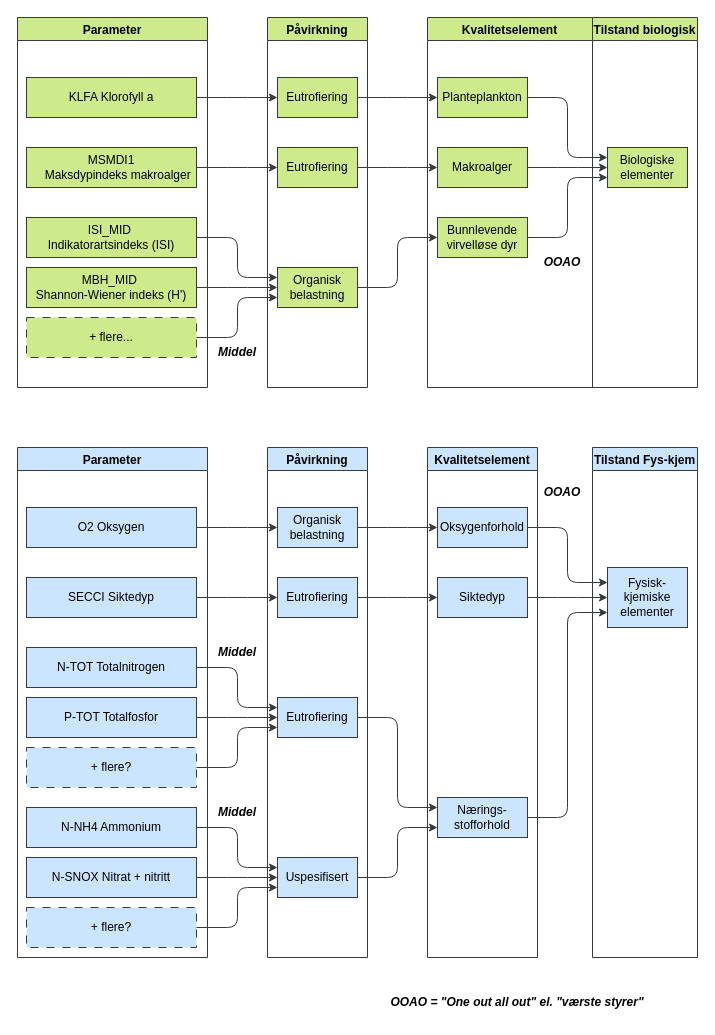
The draw.io diagram martini.drawio in ciaran-dk/flowchart, before the edit. Source tidied: cells renumbered, new cells numbered last; positions are measured from the earlier drawing's top-left corner, leaving out a move shared by most shapes. Both pictures are drawn from the tidied source at 100%, with x=0, y=0 at pixel (17, 17).
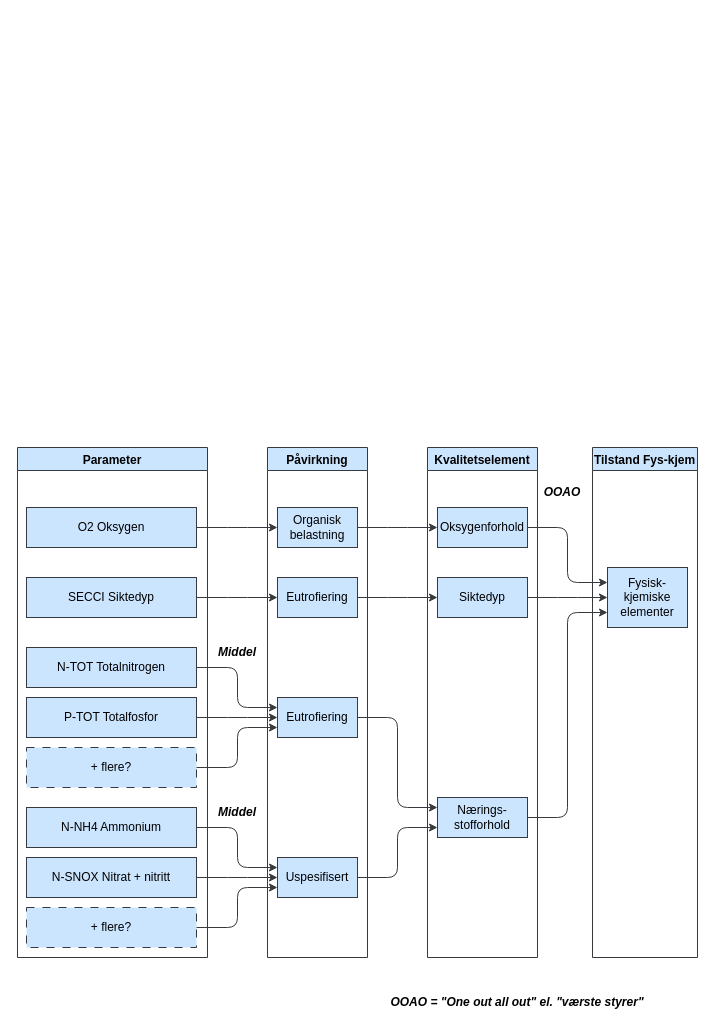
Above is the later version.

The edit, as a diff of the source:
```diff
@@
-    <mxCell id="2" value="Planteplankton" style="whiteSpace=wrap;html=1;labelBackgroundColor=none;fillColor=#cdeb8b;strokeColor=#36393d;fontColor=#000000;" parent="1" vertex="1">
-      <mxGeometry x="420" y="60" width="90" height="40" as="geometry" />
-    </mxCell>
-    <mxCell id="3" style="edgeStyle=elbowEdgeStyle;elbow=horizontal;html=1;rounded=1;curved=0;sourcePerimeterSpacing=0;targetPerimeterSpacing=0;startSize=6;endSize=6;entryX=0;entryY=0.25;entryDx=0;entryDy=0;labelBackgroundColor=none;strokeColor=#36393d;fontColor=#000000;fillColor=#cdeb8b;" parent="1" edge="1" source="2" target="4">
-      <mxGeometry relative="1" as="geometry" />
-    </mxCell>
-    <mxCell id="4" value="Biologiske elementer" style="whiteSpace=wrap;html=1;labelBackgroundColor=none;fillColor=#cdeb8b;strokeColor=#36393d;fontColor=#000000;" parent="1" vertex="1">
-      <mxGeometry x="590" y="130" width="80" height="40" as="geometry" />
-    </mxCell>
-    <mxCell id="5" value="Makroalger" style="whiteSpace=wrap;html=1;labelBackgroundColor=none;fillColor=#cdeb8b;strokeColor=#36393d;fontColor=#000000;" parent="1" vertex="1">
-      <mxGeometry x="420" y="130" width="90" height="40" as="geometry" />
-    </mxCell>
-    <mxCell id="6" style="edgeStyle=elbowEdgeStyle;elbow=horizontal;html=1;rounded=1;curved=0;sourcePerimeterSpacing=0;targetPerimeterSpacing=0;startSize=6;endSize=6;entryX=0;entryY=0.5;entryDx=0;entryDy=0;labelBackgroundColor=none;strokeColor=#36393d;fontColor=#000000;fillColor=#cdeb8b;" parent="1" edge="1" source="5" target="4">
-      <mxGeometry relative="1" as="geometry" />
-    </mxCell>
-    <mxCell id="7" value="Bunnlevende virvelløse dyr" style="whiteSpace=wrap;html=1;labelBackgroundColor=none;fillColor=#cdeb8b;strokeColor=#36393d;fontColor=#000000;" parent="1" vertex="1">
-      <mxGeometry x="420" y="200" width="90" height="40" as="geometry" />
-    </mxCell>
-    <mxCell id="8" style="edgeStyle=elbowEdgeStyle;elbow=horizontal;html=1;rounded=1;curved=0;sourcePerimeterSpacing=0;targetPerimeterSpacing=0;startSize=6;endSize=6;entryX=0;entryY=0.75;entryDx=0;entryDy=0;labelBackgroundColor=none;strokeColor=#36393d;fontColor=#000000;fillColor=#cdeb8b;" parent="1" edge="1" source="7" target="4">
-      <mxGeometry relative="1" as="geometry" />
-    </mxCell>
-    <mxCell id="9" value="Organisk belastning" style="whiteSpace=wrap;html=1;labelBackgroundColor=none;fillColor=#cdeb8b;strokeColor=#36393d;fontColor=#000000;" parent="1" vertex="1">
-      <mxGeometry x="260" y="250" width="80" height="40" as="geometry" />
-    </mxCell>
-    <mxCell id="10" style="edgeStyle=elbowEdgeStyle;elbow=horizontal;html=1;rounded=1;curved=0;sourcePerimeterSpacing=0;targetPerimeterSpacing=0;startSize=6;endSize=6;entryX=0;entryY=0.5;entryDx=0;entryDy=0;labelBackgroundColor=none;strokeColor=#36393d;fontColor=#000000;fillColor=#cdeb8b;" parent="1" edge="1" source="9" target="7">
-      <mxGeometry relative="1" as="geometry" />
-    </mxCell>
-    <mxCell id="11" value="&lt;div&gt;ISI_MID&amp;nbsp;&lt;/div&gt;&lt;div&gt;Indikatorartsindeks (ISI)&lt;/div&gt;" style="whiteSpace=wrap;html=1;labelBackgroundColor=none;fillColor=#cdeb8b;strokeColor=#36393d;fontColor=#000000;" parent="1" vertex="1">
-      <mxGeometry x="9" y="200" width="170" height="40" as="geometry" />
-    </mxCell>
-    <mxCell id="12" style="edgeStyle=elbowEdgeStyle;elbow=horizontal;html=1;rounded=1;curved=0;sourcePerimeterSpacing=0;targetPerimeterSpacing=0;startSize=6;endSize=6;entryX=0;entryY=0.25;entryDx=0;entryDy=0;labelBackgroundColor=none;strokeColor=#36393d;fontColor=#000000;fillColor=#cdeb8b;" parent="1" edge="1" source="11" target="9">
-      <mxGeometry relative="1" as="geometry" />
-    </mxCell>
-    <mxCell id="13" value="Eutrofiering" style="whiteSpace=wrap;html=1;labelBackgroundColor=none;fillColor=#cdeb8b;strokeColor=#36393d;fontColor=#000000;" parent="1" vertex="1">
-      <mxGeometry x="260" y="130" width="80" height="40" as="geometry" />
-    </mxCell>
-    <mxCell id="14" style="edgeStyle=elbowEdgeStyle;elbow=horizontal;html=1;rounded=1;curved=0;sourcePerimeterSpacing=0;targetPerimeterSpacing=0;startSize=6;endSize=6;entryX=0;entryY=0.5;entryDx=0;entryDy=0;labelBackgroundColor=none;strokeColor=#36393d;fontColor=#000000;fillColor=#cdeb8b;" parent="1" edge="1" source="13" target="5">
-      <mxGeometry relative="1" as="geometry" />
-    </mxCell>
-    <mxCell id="15" value="&lt;div&gt;MSMDI1&lt;/div&gt;&lt;div&gt;&amp;nbsp; &amp;nbsp; Maksdypindeks makroalger&lt;/div&gt;" style="whiteSpace=wrap;html=1;labelBackgroundColor=none;fillColor=#cdeb8b;strokeColor=#36393d;fontColor=#000000;" parent="1" vertex="1">
-      <mxGeometry x="9" y="130" width="170" height="40" as="geometry" />
-    </mxCell>
-    <mxCell id="16" style="edgeStyle=elbowEdgeStyle;elbow=horizontal;html=1;rounded=1;curved=0;sourcePerimeterSpacing=0;targetPerimeterSpacing=0;startSize=6;endSize=6;entryX=0;entryY=0.5;entryDx=0;entryDy=0;labelBackgroundColor=none;strokeColor=#36393d;fontColor=#000000;fillColor=#cdeb8b;" parent="1" edge="1" source="15" target="13">
-      <mxGeometry relative="1" as="geometry" />
-    </mxCell>
-    <mxCell id="17" value="Eutrofiering" style="whiteSpace=wrap;html=1;labelBackgroundColor=none;fillColor=#cdeb8b;strokeColor=#36393d;fontColor=#000000;" parent="1" vertex="1">
-      <mxGeometry x="260" y="60" width="80" height="40" as="geometry" />
-    </mxCell>
-    <mxCell id="18" style="edgeStyle=elbowEdgeStyle;elbow=horizontal;html=1;rounded=1;curved=0;sourcePerimeterSpacing=0;targetPerimeterSpacing=0;startSize=6;endSize=6;entryX=0;entryY=0.5;entryDx=0;entryDy=0;labelBackgroundColor=none;strokeColor=#36393d;fontColor=#000000;fillColor=#cdeb8b;" parent="1" edge="1" source="17" target="2">
-      <mxGeometry relative="1" as="geometry" />
-    </mxCell>
-    <mxCell id="19" value="KLFA Klorofyll a" style="whiteSpace=wrap;html=1;labelBackgroundColor=none;fillColor=#cdeb8b;strokeColor=#36393d;fontColor=#000000;" parent="1" vertex="1">
-      <mxGeometry x="9" y="60" width="170" height="40" as="geometry" />
-    </mxCell>
-    <mxCell id="20" style="edgeStyle=elbowEdgeStyle;elbow=horizontal;html=1;rounded=1;curved=0;sourcePerimeterSpacing=0;targetPerimeterSpacing=0;startSize=6;endSize=6;entryX=0;entryY=0.5;entryDx=0;entryDy=0;labelBackgroundColor=none;strokeColor=#36393d;fontColor=#000000;fillColor=#cdeb8b;" parent="1" edge="1" source="19" target="17">
-      <mxGeometry relative="1" as="geometry" />
-    </mxCell>
-    <mxCell id="21" value="&lt;div&gt;MBH_MID&amp;nbsp;&lt;/div&gt;&lt;div&gt;Shannon-Wiener indeks (H')&lt;/div&gt;" style="whiteSpace=wrap;html=1;labelBackgroundColor=none;fillColor=#cdeb8b;strokeColor=#36393d;fontColor=#000000;" parent="1" vertex="1">
-      <mxGeometry x="9" y="250" width="170" height="40" as="geometry" />
-    </mxCell>
-    <mxCell id="22" style="edgeStyle=elbowEdgeStyle;elbow=horizontal;html=1;rounded=1;curved=0;sourcePerimeterSpacing=0;targetPerimeterSpacing=0;startSize=6;endSize=6;entryX=0;entryY=0.5;entryDx=0;entryDy=0;labelBackgroundColor=none;strokeColor=#36393d;fontColor=#000000;fillColor=#cdeb8b;" parent="1" edge="1" source="21" target="9">
-      <mxGeometry relative="1" as="geometry" />
-    </mxCell>
-    <mxCell id="23" value="+ flere..." style="whiteSpace=wrap;html=1;dashed=1;dashPattern=8 8;labelBackgroundColor=none;fillColor=#cdeb8b;strokeColor=#36393d;fontColor=#000000;" parent="1" vertex="1">
-      <mxGeometry x="9" y="300" width="170" height="40" as="geometry" />
-    </mxCell>
-    <mxCell id="24" style="edgeStyle=elbowEdgeStyle;elbow=horizontal;html=1;rounded=1;curved=0;sourcePerimeterSpacing=0;targetPerimeterSpacing=0;startSize=6;endSize=6;entryX=0;entryY=0.75;entryDx=0;entryDy=0;labelBackgroundColor=none;strokeColor=#36393d;fontColor=#000000;fillColor=#cdeb8b;" parent="1" edge="1" source="23" target="9">
-      <mxGeometry relative="1" as="geometry" />
-    </mxCell>
-    <mxCell id="25" value="Parameter" style="swimlane;labelBackgroundColor=none;fillColor=#cdeb8b;strokeColor=#36393d;fontColor=#000000;" parent="1" vertex="1">
-      <mxGeometry width="190" height="370" as="geometry" />
-    </mxCell>
-    <mxCell id="26" value="Påvirkning" style="swimlane;labelBackgroundColor=none;fillColor=#cdeb8b;strokeColor=#36393d;fontColor=#000000;" parent="1" vertex="1">
-      <mxGeometry x="250" width="100" height="370" as="geometry" />
-    </mxCell>
-    <mxCell id="27" value="Kvalitetselement" style="swimlane;labelBackgroundColor=none;fillColor=#cdeb8b;strokeColor=#36393d;fontColor=#000000;" parent="1" vertex="1">
-      <mxGeometry x="410" width="165" height="370" as="geometry" />
-    </mxCell>
-    <mxCell id="28" value="OOAO" style="text;html=1;align=center;verticalAlign=middle;whiteSpace=wrap;rounded=0;fontColor=#000000;fontStyle=3;" parent="27" vertex="1">
-      <mxGeometry x="105" y="230" width="60" height="30" as="geometry" />
-    </mxCell>
-    <mxCell id="29" value="Tilstand biologisk" style="swimlane;labelBackgroundColor=none;fillColor=#cdeb8b;strokeColor=#36393d;fontColor=#000000;" parent="1" vertex="1">
-      <mxGeometry x="575" width="105" height="370" as="geometry" />
-    </mxCell>
@@
-    <mxCell id="66" value="Middel" style="text;html=1;align=center;verticalAlign=middle;whiteSpace=wrap;rounded=0;fontColor=#000000;fontStyle=3;" parent="1" vertex="1">
-      <mxGeometry x="190" y="320" width="60" height="30" as="geometry" />
-    </mxCell>
```
